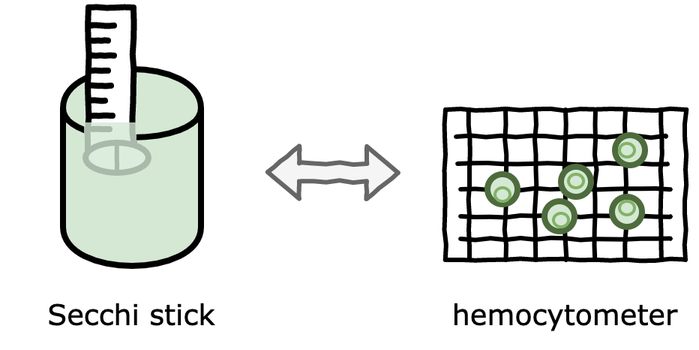
Earlier version of the draw.io export assets/images/secchi/secchi.png (ControlledMold/ControlledMold.github.io). Source tidied: cells renumbered, new cells last; positions are measured from the earlier drawing's top-left corner, leaving out a move shared by most shapes.
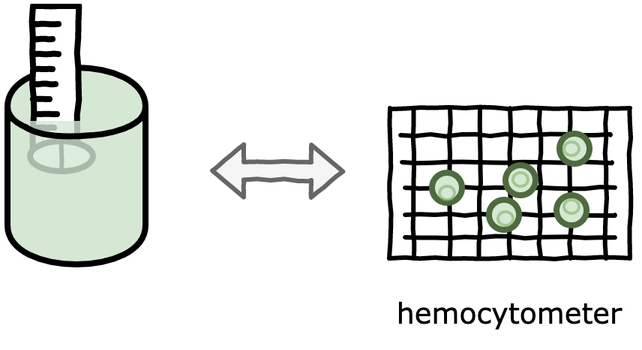
Later version of the same file.

Commit message:
nicer header

What changed in the source:
```diff
@@ -92,19 +92,19 @@
     <mxCell id="20" style="ellipse;whiteSpace=wrap;html=1;comic=1;strokeColor=#4E6B3D;strokeWidth=4;fillColor=#d5e8d4;" parent="1" vertex="1">
       <mxGeometry x="404" y="126" width="20" height="20" as="geometry" />
     </mxCell>
-    <mxCell id="21" style="ellipse;whiteSpace=wrap;html=1;comic=1;strokeColor=#82b366;strokeWidth=2;fillColor=#d5e8d4;" parent="1" vertex="1">
+    <mxCell id="21" style="ellipse;whiteSpace=wrap;html=1;comic=1;strokeColor=#82b366;strokeWidth=2;fillColor=#d5e8d4;opacity=60;" parent="1" vertex="1">
       <mxGeometry x="409" y="90.5" width="10" height="9" as="geometry" />
     </mxCell>
-    <mxCell id="22" style="ellipse;whiteSpace=wrap;html=1;comic=1;strokeColor=#82b366;strokeWidth=2;fillColor=#d5e8d4;" parent="1" vertex="1">
+    <mxCell id="22" style="ellipse;whiteSpace=wrap;html=1;comic=1;strokeColor=#82b366;strokeWidth=2;fillColor=#d5e8d4;opacity=60;" parent="1" vertex="1">
       <mxGeometry x="409" y="129" width="10" height="9" as="geometry" />
     </mxCell>
-    <mxCell id="23" style="ellipse;whiteSpace=wrap;html=1;comic=1;strokeColor=#82b366;strokeWidth=2;fillColor=#d5e8d4;" parent="1" vertex="1">
+    <mxCell id="23" style="ellipse;whiteSpace=wrap;html=1;comic=1;strokeColor=#82b366;strokeWidth=2;fillColor=#d5e8d4;opacity=60;" parent="1" vertex="1">
       <mxGeometry x="375" y="111" width="10" height="9" as="geometry" />
     </mxCell>
-    <mxCell id="24" style="ellipse;whiteSpace=wrap;html=1;comic=1;strokeColor=#82b366;strokeWidth=2;fillColor=#d5e8d4;" parent="1" vertex="1">
+    <mxCell id="24" style="ellipse;whiteSpace=wrap;html=1;comic=1;strokeColor=#82b366;strokeWidth=2;fillColor=#d5e8d4;opacity=60;" parent="1" vertex="1">
       <mxGeometry x="365" y="137" width="10" height="9" as="geometry" />
     </mxCell>
-    <mxCell id="25" style="ellipse;whiteSpace=wrap;html=1;comic=1;strokeColor=#82b366;strokeWidth=2;fillColor=#d5e8d4;" parent="1" vertex="1">
+    <mxCell id="25" style="ellipse;whiteSpace=wrap;html=1;comic=1;strokeColor=#82b366;strokeWidth=2;fillColor=#d5e8d4;opacity=60;" parent="1" vertex="1">
       <mxGeometry x="326" y="120" width="10" height="9" as="geometry" />
     </mxCell>
     <mxCell id="26" style="rounded=0;whiteSpace=wrap;html=1;comic=1;strokeWidth=4;" parent="1" vertex="1">
@@ -164,16 +164,22 @@
       </mxGeometry>
     </mxCell>
     <mxCell id="37" style="rounded=0;whiteSpace=wrap;html=1;comic=0;strokeColor=none;strokeWidth=4;fillColor=#d5e8d4;opacity=80;" parent="1" vertex="1">
-      <mxGeometry x="52" y="76.5" width="35" height="13.5" as="geometry" />
+      <mxGeometry x="52" y="76.5" width="41" height="13.5" as="geometry" />
     </mxCell>
     <mxCell id="38" style="rounded=0;whiteSpace=wrap;html=1;comic=0;strokeColor=none;strokeWidth=4;fillColor=#d5e8d4;opacity=80;" parent="1" vertex="1">
       <mxGeometry x="47.5" y="90" width="53" height="29.5" as="geometry" />
     </mxCell>
-    <mxCell id="39" value="&lt;span style=&quot;font-style: normal&quot;&gt;Secchi stick&lt;/span&gt;" style="text;html=1;strokeColor=none;fillColor=none;align=center;verticalAlign=middle;whiteSpace=wrap;rounded=0;fontFamily=Verdana;fontSize=19;shadow=0;fontStyle=2;strokeWidth=4;" parent="1" vertex="1">
-      <mxGeometry x="0.1" y="184" width="167.8" height="40" as="geometry" />
+    <mxCell id="39" value="&lt;span style=&quot;font-style: normal&quot;&gt;hemocytometer&lt;/span&gt;" style="text;html=1;strokeColor=none;fillColor=none;align=center;verticalAlign=middle;whiteSpace=wrap;rounded=0;fontFamily=Verdana;fontSize=19;shadow=0;fontStyle=2;strokeWidth=4;" parent="1" vertex="1">
+      <mxGeometry x="289.1" y="184" width="167.8" height="40" as="geometry" />
     </mxCell>
-    <mxCell id="40" value="&lt;span style=&quot;font-style: normal&quot;&gt;hemocytometer&lt;/span&gt;" style="text;html=1;strokeColor=none;fillColor=none;align=center;verticalAlign=middle;whiteSpace=wrap;rounded=0;fontFamily=Verdana;fontSize=19;shadow=0;fontStyle=2;strokeWidth=4;" parent="1" vertex="1">
-      <mxGeometry x="289.1" y="184" width="167.8" height="40" as="geometry" />
+    <mxCell id="40" style="curved=1;endArrow=none;html=1;strokeWidth=4;endFill=0;entryX=-0.058;entryY=0.37;entryDx=0;entryDy=0;entryPerimeter=0;" parent="1" edge="1">
+      <mxGeometry relative="1" as="geometry">
+        <mxPoint x="94" y="86" as="sourcePoint" />
+        <mxPoint x="49.6" y="80.5" as="targetPoint" />
+        <Array as="points">
+          <mxPoint x="63" y="89" />
+        </Array>
+      </mxGeometry>
     </mxCell>
   </root>
 </mxGraphModel>
```
